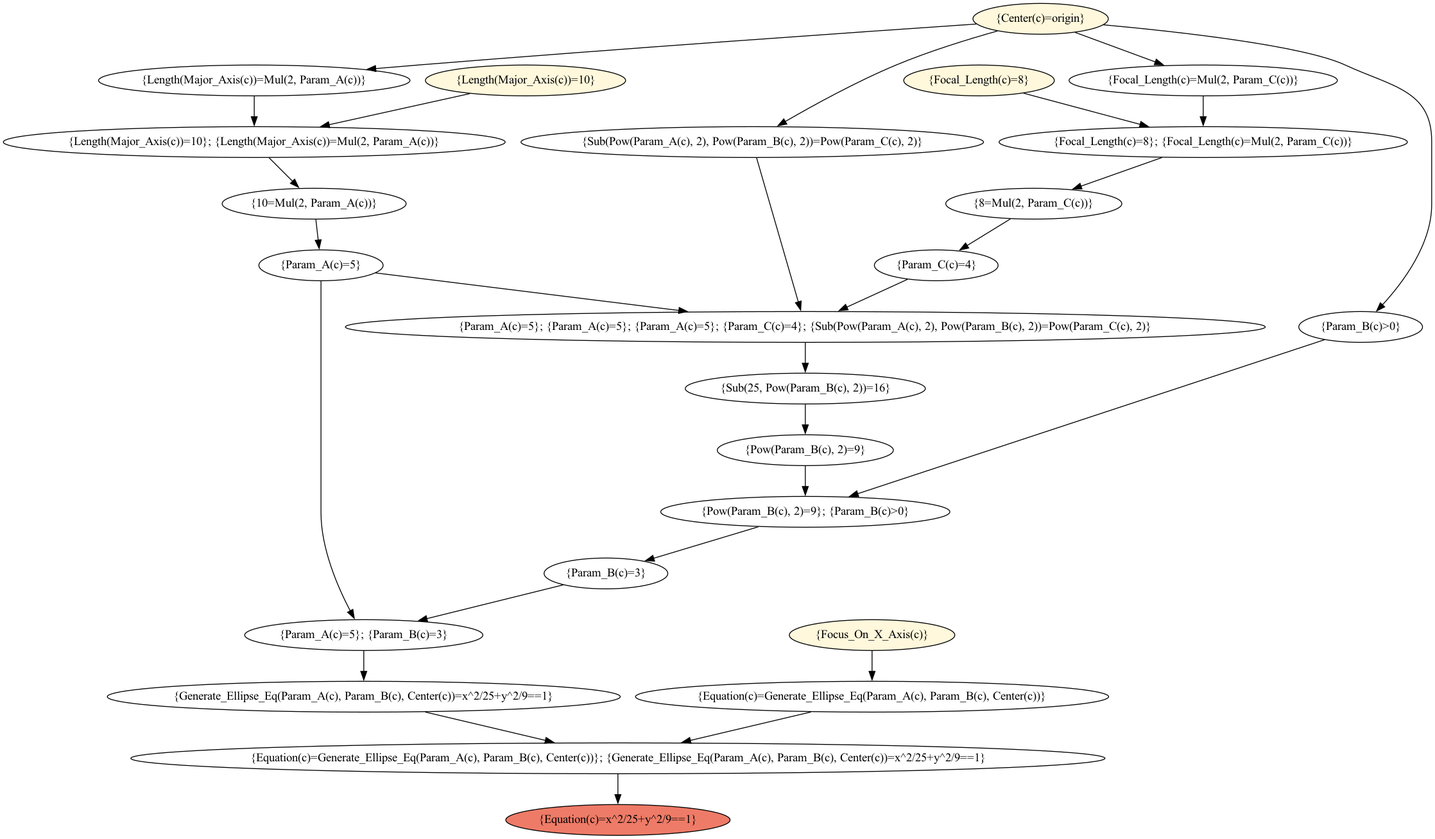
The Graphviz diagram reasoning_engine/solving_process.png in trapped-beast/KE_Reasoning_Engine, before a commit. Its source is kept beside it as reasoning_engine/solving_process.dot.
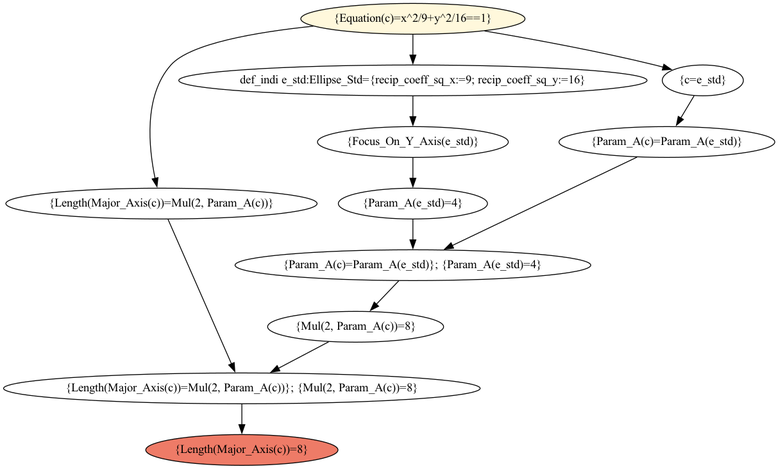
Above is the later version.

Change to the diagram source:
```diff
@@ -1,119 +1,53 @@
 digraph solving_process {
-	graph [bb="0,0,1669.1,972"];
+	graph [bb="0,0,901.91,540"];
 	node [label="\N"];
-	"{Center(c)=origin}"	[fillcolor=cornsilk,
+	"{Equation(c)=x^2/9+y^2/16==1}"	[fillcolor=cornsilk,
 		height=0.5,
-		pos="1212.1,954",
-		style=filled,
-		width=2.2026];
-	"{Param_B(c)>0}"	[height=0.5,
-		pos="1586.1,594",
-		width=2.004];
-	"{Center(c)=origin}" -> "{Param_B(c)>0}"	[pos="e,1603.7,611.52 1285.4,947 1374.6,938.85 1519.2,922.67 1568.1,900 1622.4,874.83 1669.1,870.83 1669.1,811 1669.1,811 1669.1,811 1669.1,\
-737 1669.1,690.82 1636,646.32 1611.6,619.8"];
-	"{Sub(Pow(Param_A(c), 2), Pow(Param_B(c), 2))=Pow(Param_C(c), 2)}"	[height=0.5,
-		pos="875.12,810",
-		width=7.5104];
-	"{Center(c)=origin}" -> "{Sub(Pow(Param_A(c), 2), Pow(Param_B(c), 2))=Pow(Param_C(c), 2)}"	[pos="e,903.77,828.26 1161.7,939.81 1127.7,930.27 1082,916.23 1043.1,900 997.17,880.81 947.02,853.32 913.59,833.99"];
-	"{Length(Major_Axis(c))=Mul(2, Param_A(c))}"	[height=0.5,
-		pos="293.12,882",
-		width=5.0551];
-	"{Center(c)=origin}" -> "{Length(Major_Axis(c))=Mul(2, Param_A(c))}"	[pos="e,423.58,894.89 1137.2,947.94 1005.1,938.95 722.54,919.29 484.12,900 468.22,898.71 451.57,897.31 435.02,895.88"];
-	"{Focal_Length(c)=Mul(2, Param_C(c))}"	[height=0.5,
-		pos="1402.1,882",
-		width=4.351];
-	"{Center(c)=origin}" -> "{Focal_Length(c)=Mul(2, Param_C(c))}"	[pos="e,1356.9,899.66 1252.4,938.15 1279.7,928.11 1316.1,914.71 1346.1,903.63"];
-	"{Pow(Param_B(c), 2)=9}; {Param_B(c)>0}"	[height=0.5,
-		pos="937.12,378",
-		width=4.694];
-	"{Param_B(c)>0}" -> "{Pow(Param_B(c), 2)=9}; {Param_B(c)>0}"	[pos="e,987.43,395.59 1544,579.12 1432.4,542.32 1128.5,442.12 998.02,399.08"];
-	"{Param_A(c)=5}; {Param_A(c)=5}; {Param_A(c)=5}; {Param_C(c)=4}; {Sub(Pow(Param_A(c), 2), Pow(Param_B(c), 2))=Pow(Param_C(c), 2)}"	[height=0.5,
-		pos="937.12,594",
-		width=14.931];
-	"{Sub(Pow(Param_A(c), 2), Pow(Param_B(c), 2))=Pow(Param_C(c), 2)}" -> "{Param_A(c)=5}; {Param_A(c)=5}; {Param_A(c)=5}; {Param_C(c)=4}; {Sub(Pow(Param_A(c), 2), Pow(Param_B(c), 2))=Pow(Param_C(c), 2)}"	[pos="e,932.13,612.23 880.09,791.85 890.75,755.07 915.89,668.29 928.94,623.24"];
-	"{Length(Major_Axis(c))=10}; {Length(Major_Axis(c))=Mul(2, Param_A(c))}"	[height=0.5,
-		pos="293.12,810",
-		width=8.1423];
-	"{Length(Major_Axis(c))=Mul(2, Param_A(c))}" -> "{Length(Major_Axis(c))=10}; {Length(Major_Axis(c))=Mul(2, Param_A(c))}"	[pos="e,293.12,828.1 293.12,863.7 293.12,856.41 293.12,847.73 293.12,839.54"];
-	"{Focal_Length(c)=8}; {Focal_Length(c)=Mul(2, Param_C(c))}"	[height=0.5,
-		pos="1402.1,810",
-		width=6.6258];
-	"{Focal_Length(c)=Mul(2, Param_C(c))}" -> "{Focal_Length(c)=8}; {Focal_Length(c)=Mul(2, Param_C(c))}"	[pos="e,1402.1,828.1 1402.1,863.7 1402.1,856.41 1402.1,847.73 1402.1,839.54"];
-	"{Focus_On_X_Axis(c)}"	[fillcolor=cornsilk,
-		height=0.5,
-		pos="1015.1,234",
-		style=filled,
-		width=2.69];
-	"{Equation(c)=Generate_Ellipse_Eq(Param_A(c), Param_B(c), Center(c))}"	[height=0.5,
-		pos="1015.1,162",
-		width=7.6729];
-	"{Focus_On_X_Axis(c)}" -> "{Equation(c)=Generate_Ellipse_Eq(Param_A(c), Param_B(c), Center(c))}"	[pos="e,1015.1,180.1 1015.1,215.7 1015.1,208.41 1015.1,199.73 1015.1,191.54"];
-	"{Equation(c)=Generate_Ellipse_Eq(Param_A(c), Param_B(c), Center(c))}; {Generate_Ellipse_Eq(Param_A(c), Param_B(c), Center(c))=x^\
-2/25+y^2/9==1}"	[height=0.5,
-		pos="718.12,90",
-		width=15.815];
-	"{Equation(c)=Generate_Ellipse_Eq(Param_A(c), Param_B(c), Center(c))}" -> "{Equation(c)=Generate_Ellipse_Eq(Param_A(c), Param_B(c), Center(c))}; {Generate_Ellipse_Eq(Param_A(c), Param_B(c), Center(c))=x^\
-2/25+y^2/9==1}"	[pos="e,791.6,108.32 943.61,144.14 901.2,134.15 847.22,121.43 802.7,110.93"];
-	"{Focal_Length(c)=8}"	[fillcolor=cornsilk,
-		height=0.5,
-		pos="1140.1,882",
-		style=filled,
-		width=2.4373];
-	"{Focal_Length(c)=8}" -> "{Focal_Length(c)=8}; {Focal_Length(c)=Mul(2, Param_C(c))}"	[pos="e,1339.5,827.72 1192.2,867.09 1231.2,856.67 1285,842.28 1328.4,830.68"];
-	"{8=Mul(2, Param_C(c))}"	[height=0.5,
-		pos="1204.1,738",
-		width=2.8525];
-	"{Focal_Length(c)=8}; {Focal_Length(c)=Mul(2, Param_C(c))}" -> "{8=Mul(2, Param_C(c))}"	[pos="e,1248.5,754.67 1353.9,791.97 1325.3,781.84 1288.9,768.96 1259.1,758.43"];
-	"{Param_C(c)=4}"	[height=0.5,
-		pos="1090.1,666",
-		width=2.004];
-	"{8=Mul(2, Param_C(c))}" -> "{Param_C(c)=4}"	[pos="e,1116.4,683.15 1176.8,720.23 1161.7,710.92 1142.6,699.22 1126.2,689.16"];
-	"{Param_C(c)=4}" -> "{Param_A(c)=5}; {Param_A(c)=5}; {Param_A(c)=5}; {Param_C(c)=4}; {Sub(Pow(Param_A(c), 2), Pow(Param_B(c), 2))=Pow(Param_C(c), 2)}"	[pos="e,975.2,612.42 1056.5,649.64 1035.7,640.11 1008.6,627.71 985.5,617.13"];
-	"{Length(Major_Axis(c))=10}"	[fillcolor=cornsilk,
-		height=0.5,
-		pos="610.12,882",
-		style=filled,
-		width=3.2497];
-	"{Length(Major_Axis(c))=10}" -> "{Length(Major_Axis(c))=10}; {Length(Major_Axis(c))=Mul(2, Param_A(c))}"	[pos="e,369.39,827.84 545.21,866.67 497.61,856.15 432.45,841.77 380.31,830.25"];
-	"{10=Mul(2, Param_A(c))}"	[height=0.5,
-		pos="363.12,738",
-		width=2.9789];
-	"{Length(Major_Axis(c))=10}; {Length(Major_Axis(c))=Mul(2, Param_A(c))}" -> "{10=Mul(2, Param_A(c))}"	[pos="e,346.02,756.1 310.43,791.7 318.73,783.39 328.85,773.28 337.98,764.14"];
-	"{Param_A(c)=5}"	[height=0.5,
-		pos="371.12,666",
-		width=2.022];
-	"{10=Mul(2, Param_A(c))}" -> "{Param_A(c)=5}"	[pos="e,369.17,684.1 365.1,719.7 365.93,712.41 366.93,703.73 367.86,695.54"];
-	"{Param_A(c)=5}" -> "{Param_A(c)=5}; {Param_A(c)=5}; {Param_A(c)=5}; {Param_C(c)=4}; {Sub(Pow(Param_A(c), 2), Pow(Param_B(c), 2))=Pow(Param_C(c), 2)}"	[pos="e,800.77,611.86 434.95,657.11 520.36,646.54 674.38,627.49 789.41,613.27"];
-	"{Param_A(c)=5}; {Param_B(c)=3}"	[height=0.5,
-		pos="421.12,234",
-		width=3.8635];
-	"{Param_A(c)=5}" -> "{Param_A(c)=5}; {Param_B(c)=3}"	[pos="e,410.76,252.24 371.12,647.51 371.12,620.71 371.12,567.87 371.12,523 371.12,523 371.12,523 371.12,377 371.12,335.05 390.78,289.89 \
-405.44,262.03"];
-	"{Sub(25, Pow(Param_B(c), 2))=16}"	[height=0.5,
-		pos="937.12,522",
-		width=3.8997];
-	"{Param_A(c)=5}; {Param_A(c)=5}; {Param_A(c)=5}; {Param_C(c)=4}; {Sub(Pow(Param_A(c), 2), Pow(Param_B(c), 2))=Pow(Param_C(c), 2)}" -> "{Sub(25, Pow(Param_B(c), 2))=16}"	[pos="e,937.12,540.1 937.12,575.7 937.12,568.41 937.12,559.73 937.12,551.54"];
-	"{Pow(Param_B(c), 2)=9}"	[height=0.5,
-		pos="937.12,450",
-		width=2.8525];
-	"{Sub(25, Pow(Param_B(c), 2))=16}" -> "{Pow(Param_B(c), 2)=9}"	[pos="e,937.12,468.1 937.12,503.7 937.12,496.41 937.12,487.73 937.12,479.54"];
-	"{Pow(Param_B(c), 2)=9}" -> "{Pow(Param_B(c), 2)=9}; {Param_B(c)>0}"	[pos="e,937.12,396.1 937.12,431.7 937.12,424.41 937.12,415.73 937.12,407.54"];
-	"{Param_B(c)=3}"	[height=0.5,
-		pos="704.12,306",
-		width=2.004];
-	"{Pow(Param_B(c), 2)=9}; {Param_B(c)>0}" -> "{Param_B(c)=3}"	[pos="e,748.92,320.46 882.2,360.5 845.22,349.39 796.62,334.79 759.54,323.65"];
-	"{Param_B(c)=3}" -> "{Param_A(c)=5}; {Param_B(c)=3}"	[pos="e,483.68,250.47 654.18,292.65 610,281.72 544.94,265.63 494.79,253.22"];
-	"{Generate_Ellipse_Eq(Param_A(c), Param_B(c), Center(c))=x^2/25+y^2/9==1}"	[height=0.5,
-		pos="421.12,162",
-		width=8.3229];
-	"{Param_A(c)=5}; {Param_B(c)=3}" -> "{Generate_Ellipse_Eq(Param_A(c), Param_B(c), Center(c))=x^2/25+y^2/9==1}"	[pos="e,421.12,180.1 421.12,215.7 421.12,208.41 421.12,199.73 421.12,191.54"];
-	"{Generate_Ellipse_Eq(Param_A(c), Param_B(c), Center(c))=x^2/25+y^2/9==1}" -> "{Equation(c)=Generate_Ellipse_Eq(Param_A(c), Param_B(c), Center(c))}; {Generate_Ellipse_Eq(Param_A(c), Param_B(c), Center(c))=x^\
-2/25+y^2/9==1}"	[pos="e,644.57,108.34 493.02,144.05 535.35,134.08 589.13,121.4 633.5,110.94"];
-	"{Equation(c)=x^2/25+y^2/9==1}"	[fillcolor="#ee7b67",
-		height=0.5,
-		pos="718.12,18",
+		pos="478.83,522",
 		style=filled,
 		width=3.6469];
-	"{Equation(c)=Generate_Ellipse_Eq(Param_A(c), Param_B(c), Center(c))}; {Generate_Ellipse_Eq(Param_A(c), Param_B(c), Center(c))=x^\
-2/25+y^2/9==1}" -> "{Equation(c)=x^2/25+y^2/9==1}"	[pos="e,718.12,36.104 718.12,71.697 718.12,64.407 718.12,55.726 718.12,47.536"];
+	"{Length(Major_Axis(c))=Mul(2, Param_A(c))}"	[height=0.5,
+		pos="184.83,306",
+		width=5.0551];
+	"{Equation(c)=x^2/9+y^2/16==1}" -> "{Length(Major_Axis(c))=Mul(2, Param_A(c))}"	[pos="e,179.9,324.37 362.43,513.41 294.58,506.37 218.08,493.02 195.83,468 163.62,431.79 169.91,371.03 177.38,335.41"];
+	"def_indi e_std:Ellipse_Std={recip_coeff_sq_x:=9; recip_coeff_sq_y:=16}"	[height=0.5,
+		pos="478.83,450",
+		width=7.6007];
+	"{Equation(c)=x^2/9+y^2/16==1}" -> "def_indi e_std:Ellipse_Std={recip_coeff_sq_x:=9; recip_coeff_sq_y:=16}"	[pos="e,478.83,468.1 478.83,503.7 478.83,496.41 478.83,487.73 478.83,479.54"];
+	"{c=e_std}"	[height=0.5,
+		pos="817.83,450",
+		width=1.3179];
+	"{Equation(c)=x^2/9+y^2/16==1}" -> "{c=e_std}"	[pos="e,782.44,462.38 562.62,507.79 619.21,498.26 695.43,484.24 761.83,468 764.97,467.23 768.2,466.39 771.45,465.51"];
+	"{Length(Major_Axis(c))=Mul(2, Param_A(c))}; {Mul(2, Param_A(c))=8}"	[height=0.5,
+		pos="278.83,90",
+		width=7.7451];
+	"{Length(Major_Axis(c))=Mul(2, Param_A(c))}" -> "{Length(Major_Axis(c))=Mul(2, Param_A(c))}; {Mul(2, Param_A(c))=8}"	[pos="e,271.26,108.23 192.36,287.85 208.58,250.91 246.96,163.55 266.67,118.67"];
+	"{Focus_On_Y_Axis(e_std)}"	[height=0.5,
+		pos="478.83,378",
+		width=3.1053];
+	"def_indi e_std:Ellipse_Std={recip_coeff_sq_x:=9; recip_coeff_sq_y:=16}" -> "{Focus_On_Y_Axis(e_std)}"	[pos="e,478.83,396.1 478.83,431.7 478.83,424.41 478.83,415.73 478.83,407.54"];
+	"{Param_A(c)=Param_A(e_std)}"	[height=0.5,
+		pos="775.83,378",
+		width=3.5025];
+	"{c=e_std}" -> "{Param_A(c)=Param_A(e_std)}"	[pos="e,786.19,396.28 807.66,432.05 802.98,424.26 797.32,414.82 792.07,406.08"];
+	"{Param_A(e_std)=4}"	[height=0.5,
+		pos="478.83,306",
+		width=2.4192];
+	"{Focus_On_Y_Axis(e_std)}" -> "{Param_A(e_std)=4}"	[pos="e,478.83,324.1 478.83,359.7 478.83,352.41 478.83,343.73 478.83,335.54"];
+	"{Param_A(c)=Param_A(e_std)}; {Param_A(e_std)=4}"	[height=0.5,
+		pos="478.83,234",
+		width=5.7773];
+	"{Param_A(e_std)=4}" -> "{Param_A(c)=Param_A(e_std)}; {Param_A(e_std)=4}"	[pos="e,478.83,252.1 478.83,287.7 478.83,280.41 478.83,271.73 478.83,263.54"];
+	"{Param_A(c)=Param_A(e_std)}" -> "{Param_A(c)=Param_A(e_std)}; {Param_A(e_std)=4}"	[pos="e,514.56,252.08 740.88,360.29 687.22,334.63 584.47,285.51 524.82,256.99"];
+	"{Mul(2, Param_A(c))=8}"	[height=0.5,
+		pos="411.83,162",
+		width=2.8525];
+	"{Param_A(c)=Param_A(e_std)}; {Param_A(e_std)=4}" -> "{Mul(2, Param_A(c))=8}"	[pos="e,428.2,180.1 462.26,215.7 454.39,207.47 444.83,197.48 436.16,188.42"];
+	"{Mul(2, Param_A(c))=8}" -> "{Length(Major_Axis(c))=Mul(2, Param_A(c))}; {Mul(2, Param_A(c))=8}"	[pos="e,311.51,108.2 380.31,144.41 362.73,135.16 340.58,123.5 321.47,113.45"];
+	"{Length(Major_Axis(c))=8}"	[fillcolor="#ee7b67",
+		height=0.5,
+		pos="278.83,18",
+		style=filled,
+		width=3.1233];
+	"{Length(Major_Axis(c))=Mul(2, Param_A(c))}; {Mul(2, Param_A(c))=8}" -> "{Length(Major_Axis(c))=8}"	[pos="e,278.83,36.104 278.83,71.697 278.83,64.407 278.83,55.726 278.83,47.536"];
 }
```
